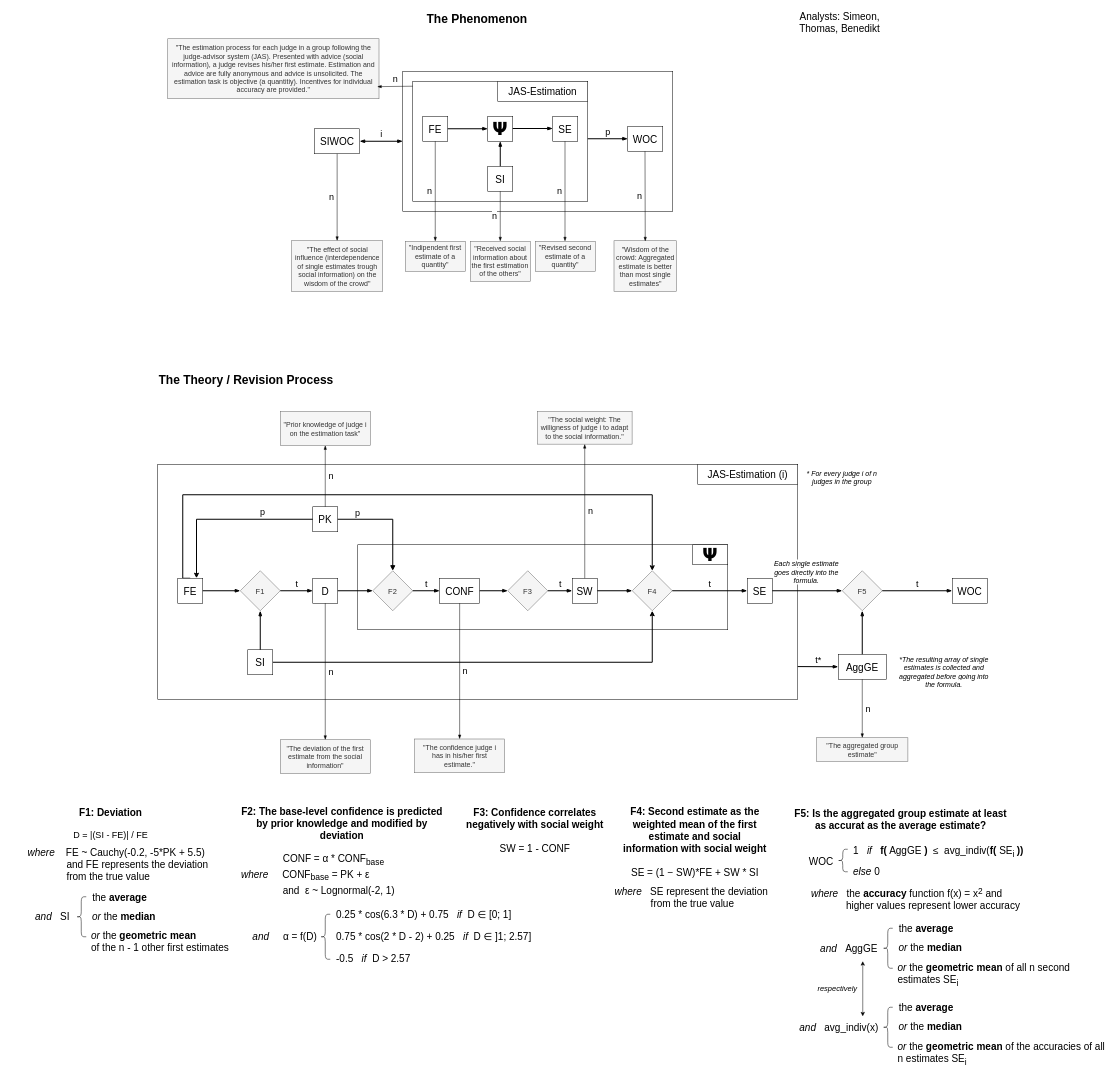
This is VAST_Display.drawio from Cornflames/Wisdom-of-Crowd, a draw.io file, before an edit. Source tidied: cells renumbered, new cells numbered last; positions are measured from the earlier drawing's top-left corner, leaving out a move shared by most shapes. Both pictures are drawn from the tidied source at 50%, with x=0, y=0 at pixel (8, 8).
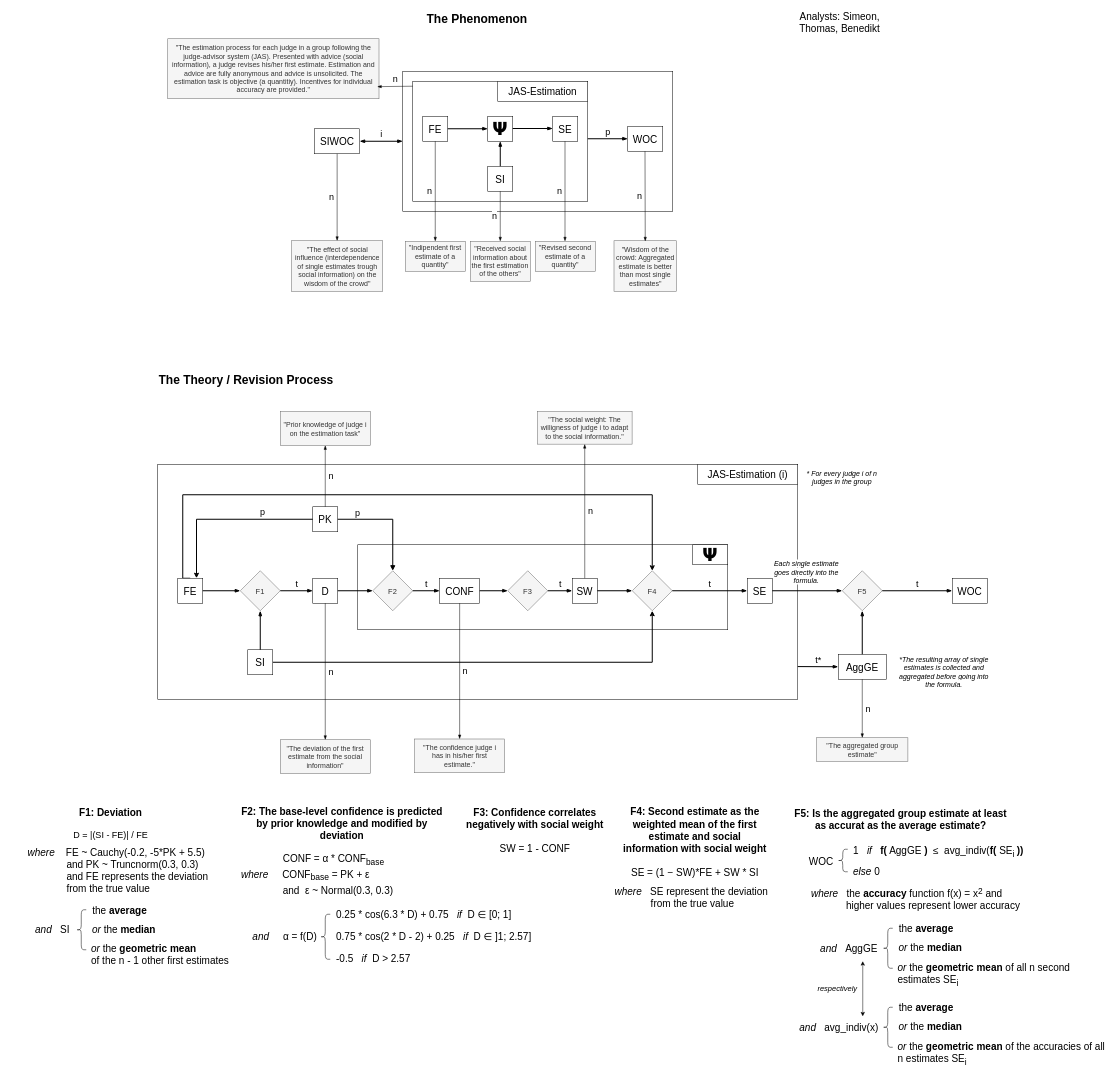
The same page after the edit.

What changed in the source:
```diff
@@
-    <mxCell id="83" value="&lt;font style=&quot;font-size: 20px;&quot;&gt;&lt;b&gt;F2: The base-level confidence is predicted by prior knowledge and modified by deviation&lt;/b&gt;&lt;/font&gt;&lt;div style=&quot;line-height: 140%;&quot;&gt;&lt;font style=&quot;font-size: 20px;&quot;&gt;&amp;nbsp;&lt;/font&gt;&lt;div style=&quot;text-align: left;&quot;&gt;&lt;span style=&quot;font-size: 20px; line-height: 140%;&quot;&gt;&amp;nbsp; &amp;nbsp; &amp;nbsp; &amp;nbsp; &amp;nbsp; &amp;nbsp; &amp;nbsp; &amp;nbsp;CONF = &lt;/span&gt;&lt;span style=&quot;background-color: transparent; color: light-dark(rgb(0, 0, 0), rgb(255, 255, 255));&quot;&gt;&lt;font style=&quot;font-size: 20px; line-height: 140%;&quot;&gt;α * CONF&lt;sub style=&quot;line-height: 140%;&quot;&gt;base&lt;/sub&gt;&lt;/font&gt;&lt;/span&gt;&lt;/div&gt;&lt;div style=&quot;text-align: left;&quot;&gt;&lt;font style=&quot;background-color: transparent; color: light-dark(rgb(0, 0, 0), rgb(255, 255, 255)); line-height: 140%; font-size: 20px;&quot;&gt;&lt;i&gt;where&lt;/i&gt;&amp;nbsp; &amp;nbsp; &amp;nbsp;&lt;/font&gt;&lt;span style=&quot;background-color: transparent; color: light-dark(rgb(0, 0, 0), rgb(255, 255, 255)); font-size: 20px; line-height: 140%;&quot;&gt;CONF&lt;/span&gt;&lt;sub style=&quot;background-color: transparent; color: light-dark(rgb(0, 0, 0), rgb(255, 255, 255)); line-height: 140%;&quot;&gt;&lt;font style=&quot;font-size: 17px; line-height: 140%;&quot;&gt;base&lt;/font&gt;&lt;/sub&gt;&lt;span style=&quot;background-color: transparent; color: light-dark(rgb(0, 0, 0), rgb(255, 255, 255)); font-size: 20px; line-height: 140%;&quot;&gt;&amp;nbsp;= PK +&lt;/span&gt;&lt;font style=&quot;font-size: 20px;&quot;&gt;&lt;span style=&quot;background-color: transparent; color: light-dark(rgb(0, 0, 0), rgb(255, 255, 255)); line-height: 140%;&quot;&gt;&amp;nbsp;&lt;/span&gt;&lt;span style=&quot;background-color: transparent; color: light-dark(rgb(0, 0, 0), rgb(255, 255, 255)); text-align: center;&quot;&gt;ε&amp;nbsp;&lt;/span&gt;&lt;/font&gt;&lt;/div&gt;&lt;div style=&quot;text-align: left;&quot;&gt;&lt;span style=&quot;background-color: transparent; color: light-dark(rgb(0, 0, 0), rgb(255, 255, 255)); font-size: 20px; line-height: 140%;&quot;&gt;&amp;nbsp; &amp;nbsp; &amp;nbsp; &amp;nbsp; &amp;nbsp; &amp;nbsp; &amp;nbsp; &amp;nbsp;and&amp;nbsp;&amp;nbsp;&lt;/span&gt;&lt;span style=&quot;background-color: transparent; color: light-dark(rgb(0, 0, 0), rgb(255, 255, 255)); text-align: center;&quot;&gt;&lt;font style=&quot;font-size: 20px;&quot;&gt;ε&amp;nbsp;&lt;/font&gt;&lt;/span&gt;&lt;span style=&quot;background-color: transparent; color: light-dark(rgb(0, 0, 0), rgb(255, 255, 255)); font-size: 20px;&quot;&gt;~ Lognormal(-2, 1)&lt;/span&gt;&lt;/div&gt;&lt;div style=&quot;text-align: left;&quot;&gt;&lt;span style=&quot;background-color: transparent; color: light-dark(rgb(0, 0, 0), rgb(255, 255, 255));&quot;&gt;&lt;font style=&quot;font-size: 20px; line-height: 140%;&quot;&gt;&amp;nbsp; &amp;nbsp; &amp;nbsp; &amp;nbsp; &amp;nbsp;&lt;/font&gt;&lt;/span&gt;&lt;/div&gt;&lt;/div&gt;" style="text;html=1;align=center;verticalAlign=middle;whiteSpace=wrap;rounded=0;" parent="1" vertex="1">
+    <mxCell id="83" value="&lt;font style=&quot;font-size: 20px;&quot;&gt;&lt;b&gt;F2: The base-level confidence is predicted by prior knowledge and modified by deviation&lt;/b&gt;&lt;/font&gt;&lt;div style=&quot;line-height: 140%;&quot;&gt;&lt;font style=&quot;font-size: 20px;&quot;&gt;&amp;nbsp;&lt;/font&gt;&lt;div style=&quot;text-align: left;&quot;&gt;&lt;span style=&quot;font-size: 20px; line-height: 140%;&quot;&gt;&amp;nbsp; &amp;nbsp; &amp;nbsp; &amp;nbsp; &amp;nbsp; &amp;nbsp; &amp;nbsp; &amp;nbsp;CONF = &lt;/span&gt;&lt;span style=&quot;background-color: transparent; color: light-dark(rgb(0, 0, 0), rgb(255, 255, 255));&quot;&gt;&lt;font style=&quot;font-size: 20px; line-height: 140%;&quot;&gt;α * CONF&lt;sub style=&quot;line-height: 140%;&quot;&gt;base&lt;/sub&gt;&lt;/font&gt;&lt;/span&gt;&lt;/div&gt;&lt;div style=&quot;text-align: left;&quot;&gt;&lt;font style=&quot;background-color: transparent; color: light-dark(rgb(0, 0, 0), rgb(255, 255, 255)); line-height: 140%; font-size: 20px;&quot;&gt;&lt;i&gt;where&lt;/i&gt;&amp;nbsp; &amp;nbsp; &amp;nbsp;&lt;/font&gt;&lt;span style=&quot;background-color: transparent; color: light-dark(rgb(0, 0, 0), rgb(255, 255, 255)); font-size: 20px; line-height: 140%;&quot;&gt;CONF&lt;/span&gt;&lt;sub style=&quot;background-color: transparent; color: light-dark(rgb(0, 0, 0), rgb(255, 255, 255)); line-height: 140%;&quot;&gt;&lt;font style=&quot;font-size: 17px; line-height: 140%;&quot;&gt;base&lt;/font&gt;&lt;/sub&gt;&lt;span style=&quot;background-color: transparent; color: light-dark(rgb(0, 0, 0), rgb(255, 255, 255)); font-size: 20px; line-height: 140%;&quot;&gt;&amp;nbsp;= PK +&lt;/span&gt;&lt;font style=&quot;font-size: 20px;&quot;&gt;&lt;span style=&quot;background-color: transparent; color: light-dark(rgb(0, 0, 0), rgb(255, 255, 255)); line-height: 140%;&quot;&gt;&amp;nbsp;&lt;/span&gt;&lt;span style=&quot;background-color: transparent; color: light-dark(rgb(0, 0, 0), rgb(255, 255, 255)); text-align: center;&quot;&gt;ε&amp;nbsp;&lt;/span&gt;&lt;/font&gt;&lt;/div&gt;&lt;div style=&quot;text-align: left;&quot;&gt;&lt;span style=&quot;background-color: transparent; color: light-dark(rgb(0, 0, 0), rgb(255, 255, 255)); font-size: 20px; line-height: 140%;&quot;&gt;&amp;nbsp; &amp;nbsp; &amp;nbsp; &amp;nbsp; &amp;nbsp; &amp;nbsp; &amp;nbsp; &amp;nbsp;and&amp;nbsp;&amp;nbsp;&lt;/span&gt;&lt;span style=&quot;background-color: transparent; color: light-dark(rgb(0, 0, 0), rgb(255, 255, 255)); text-align: center;&quot;&gt;&lt;font style=&quot;font-size: 20px;&quot;&gt;ε&amp;nbsp;&lt;/font&gt;&lt;/span&gt;&lt;span style=&quot;background-color: transparent; color: light-dark(rgb(0, 0, 0), rgb(255, 255, 255)); font-size: 20px;&quot;&gt;~ Normal(0.3, 0.3)&lt;/span&gt;&lt;/div&gt;&lt;div style=&quot;text-align: left;&quot;&gt;&lt;span style=&quot;background-color: transparent; color: light-dark(rgb(0, 0, 0), rgb(255, 255, 255));&quot;&gt;&lt;font style=&quot;font-size: 20px; line-height: 140%;&quot;&gt;&amp;nbsp; &amp;nbsp; &amp;nbsp; &amp;nbsp; &amp;nbsp;&lt;/font&gt;&lt;/span&gt;&lt;/div&gt;&lt;/div&gt;" style="text;html=1;align=center;verticalAlign=middle;whiteSpace=wrap;rounded=0;" parent="1" vertex="1">
       <mxGeometry x="464" y="1612" width="405" height="173" as="geometry" />
     </mxCell>
@@
     <mxCell id="101" style="group;align=left;" parent="1" vertex="1">
-      <mxGeometry y="1761" width="460" height="119" as="geometry" />
+      <mxGeometry y="1787" width="460" height="119" as="geometry" />
     </mxCell>
@@
-    <mxCell id="107" value="&lt;i style=&quot;&quot;&gt;where&lt;/i&gt;&lt;span style=&quot;&quot;&gt;&amp;nbsp; &amp;nbsp; FE ~ Cauchy(-0.2, -5*PK + 5.5)&lt;/span&gt;&lt;div&gt;&lt;span style=&quot;&quot;&gt;&amp;nbsp; &amp;nbsp; &amp;nbsp; &amp;nbsp; &amp;nbsp; &amp;nbsp; &amp;nbsp; and FE represents the deviation&amp;nbsp;&lt;/span&gt;&lt;/div&gt;&lt;div&gt;&lt;span style=&quot;&quot;&gt;&amp;nbsp; &amp;nbsp; &amp;nbsp; &amp;nbsp; &amp;nbsp; &amp;nbsp; &amp;nbsp; from the true value&lt;/span&gt;&lt;/div&gt;" style="text;html=1;align=left;verticalAlign=middle;whiteSpace=wrap;rounded=0;fontSize=20;" parent="1" vertex="1">
-      <mxGeometry x="36" y="1696" width="463" height="30" as="geometry" />
+    <mxCell id="107" value="&lt;i style=&quot;&quot;&gt;where&lt;/i&gt;&lt;span style=&quot;&quot;&gt;&amp;nbsp; &amp;nbsp; FE ~ Cauchy(-0.2, -5*PK + 5.5)&lt;/span&gt;&lt;div&gt;&amp;nbsp; &amp;nbsp; &amp;nbsp; &amp;nbsp; &amp;nbsp; &amp;nbsp; &amp;nbsp; and PK ~ Truncnorm(0.3, 0.3)&lt;br&gt;&lt;div&gt;&lt;span style=&quot;&quot;&gt;&amp;nbsp; &amp;nbsp; &amp;nbsp; &amp;nbsp; &amp;nbsp; &amp;nbsp; &amp;nbsp; and FE represents the deviation&amp;nbsp;&lt;/span&gt;&lt;/div&gt;&lt;div&gt;&lt;span style=&quot;&quot;&gt;&amp;nbsp; &amp;nbsp; &amp;nbsp; &amp;nbsp; &amp;nbsp; &amp;nbsp; &amp;nbsp; from the true value&lt;/span&gt;&lt;/div&gt;&lt;/div&gt;" style="text;html=1;align=left;verticalAlign=middle;whiteSpace=wrap;rounded=0;fontSize=20;" parent="1" vertex="1">
+      <mxGeometry x="36" y="1708" width="463" height="30" as="geometry" />
     </mxCell>
```
